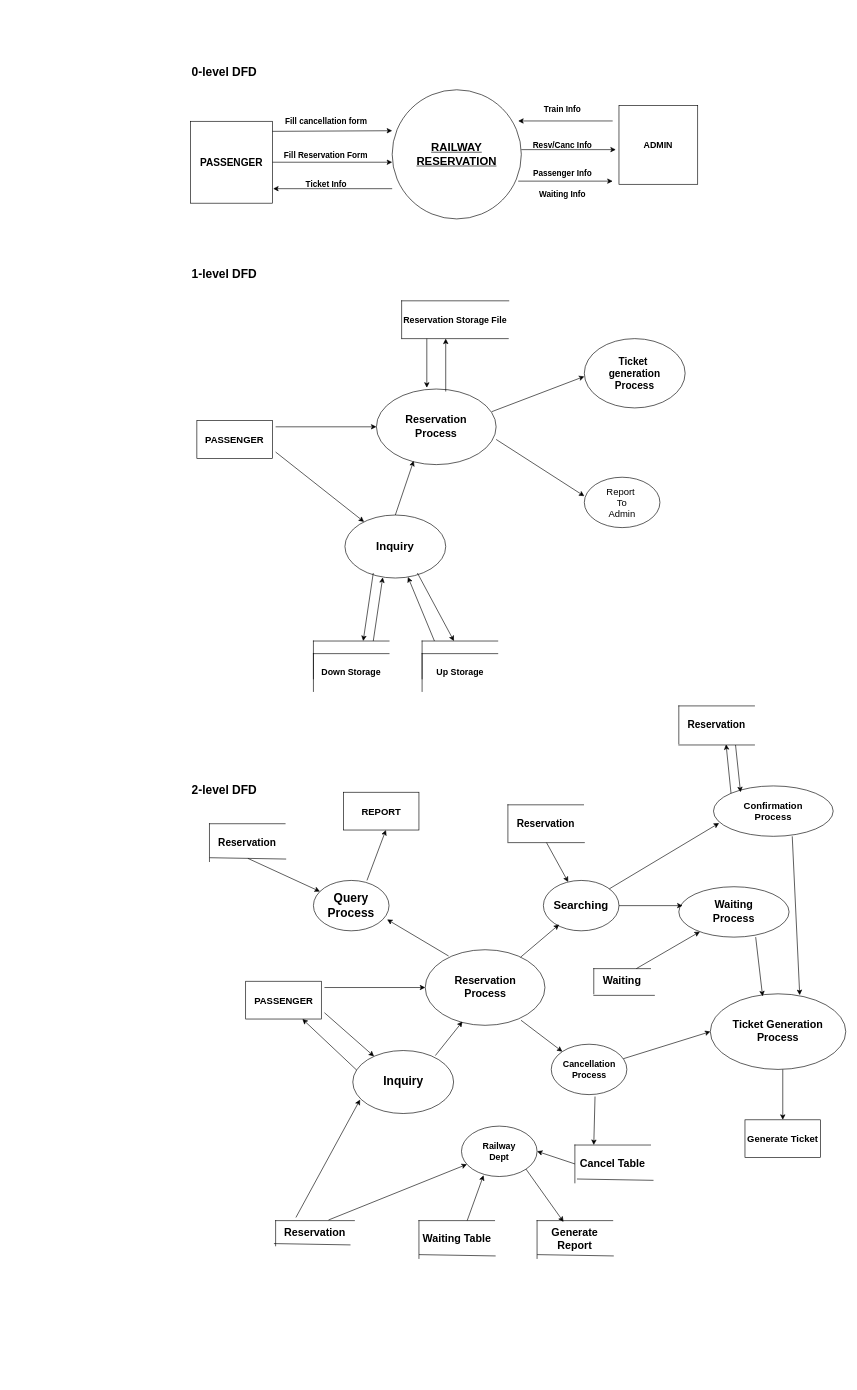
Earlier version of the draw.io diagram RRS.drawio (SheikhSahil-SDE/R_Reserv_Sys). Source tidied: cells renumbered, new cells numbered last; positions are measured from the earlier drawing's top-left corner, leaving out a move shared by most shapes. Both pictures are drawn from the tidied source at 63%, with x=0, y=0 at pixel (190, 61).
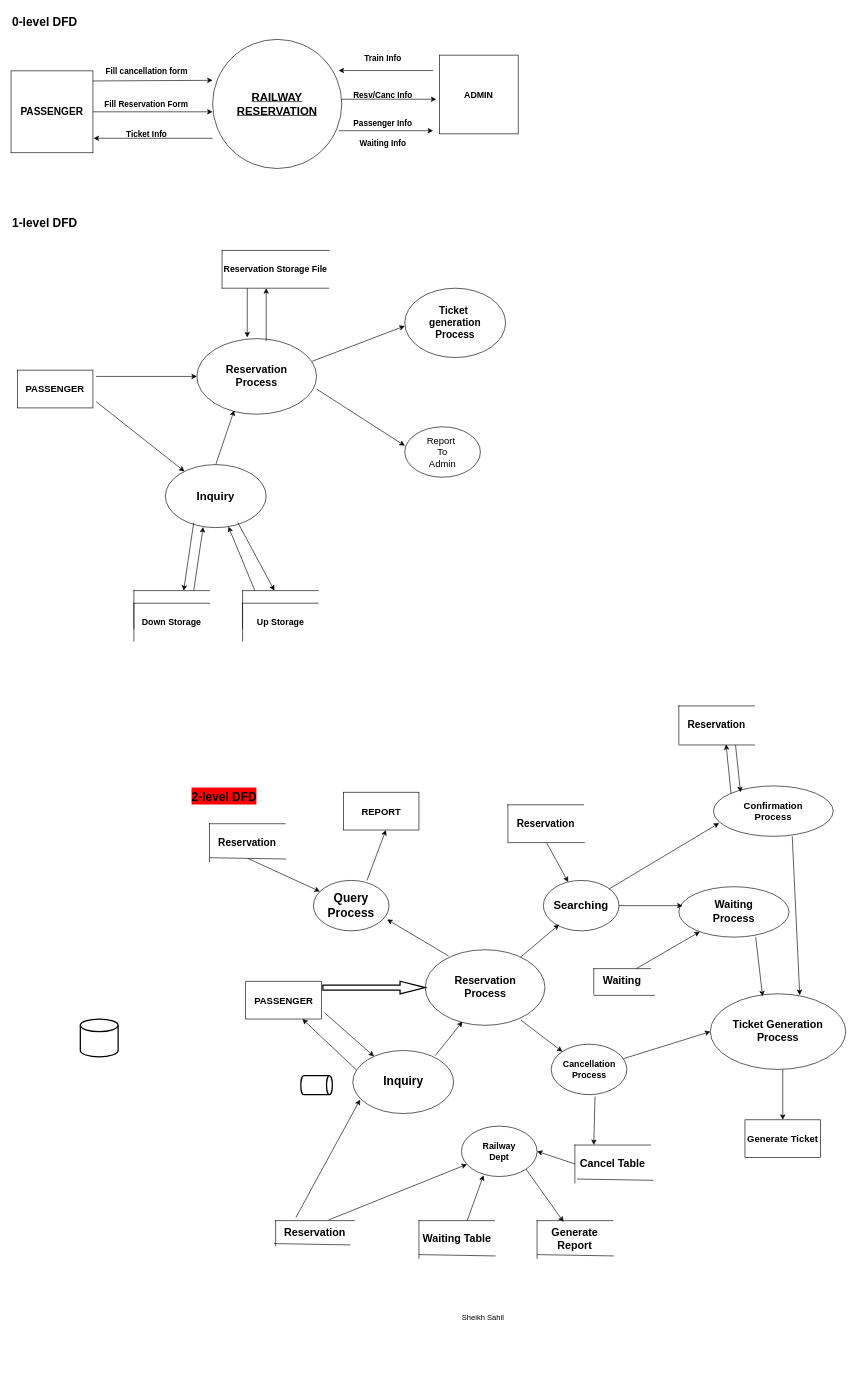
Above is the later version.

Unchanged cells that the change refers to:
```xml
<mxCell id="44" value="&lt;b&gt;&lt;font style=&quot;font-size: 17px;&quot;&gt;Reservation&lt;/font&gt;&lt;/b&gt;&lt;div&gt;&lt;b&gt;&lt;font style=&quot;font-size: 17px;&quot;&gt;Process&lt;/font&gt;&lt;/b&gt;&lt;/div&gt;" style="ellipse;whiteSpace=wrap;html=1;" parent="1" vertex="1">
  <mxGeometry x="372.5" y="1410" width="190" height="120" as="geometry" />
</mxCell>
```

What changed in the source:
```diff
@@
     <mxCell id="2" value="&lt;font style=&quot;font-size: 18px;&quot;&gt;&lt;b&gt;&lt;u&gt;RAILWAY&lt;/u&gt;&lt;/b&gt;&lt;/font&gt;&lt;div&gt;&lt;font style=&quot;font-size: 18px;&quot;&gt;&lt;b&gt;&lt;u&gt;RESERVATION&lt;/u&gt;&lt;/b&gt;&lt;/font&gt;&lt;/div&gt;" style="ellipse;whiteSpace=wrap;html=1;" parent="1" vertex="1">
-      <mxGeometry x="320" y="45" width="205" height="205" as="geometry" />
+      <mxGeometry x="35" y="-35" width="205" height="205" as="geometry" />
     </mxCell>
     <mxCell id="3" value="&lt;b&gt;&lt;font style=&quot;font-size: 16px;&quot;&gt;PASSENGER&lt;/font&gt;&lt;/b&gt;" style="whiteSpace=wrap;html=1;" parent="1" vertex="1">
-      <mxGeometry y="95" width="130" height="130" as="geometry" />
+      <mxGeometry x="-285" y="15" width="130" height="130" as="geometry" />
     </mxCell>
     <mxCell id="4" value="&lt;b&gt;&lt;font style=&quot;font-size: 14px;&quot;&gt;ADMIN&lt;/font&gt;&lt;/b&gt;" style="whiteSpace=wrap;html=1;" parent="1" vertex="1">
-      <mxGeometry x="680" y="70" width="125" height="125" as="geometry" />
+      <mxGeometry x="395" y="-10" width="125" height="125" as="geometry" />
     </mxCell>
     <mxCell id="5" style="endArrow=classic;html=1;rounded=0;" parent="1" edge="1">
       <mxGeometry relative="1" as="geometry">
-        <mxPoint x="520" y="190" as="sourcePoint" />
-        <mxPoint x="670" y="190" as="targetPoint" />
+        <mxPoint x="235" y="110" as="sourcePoint" />
+        <mxPoint x="385" y="110" as="targetPoint" />
       </mxGeometry>
     </mxCell>
     <mxCell id="6" style="endArrow=classic;html=1;rounded=0;entryX=1.008;entryY=0.823;entryDx=0;entryDy=0;entryPerimeter=0;" parent="1" edge="1" target="3">
       <mxGeometry relative="1" as="geometry">
-        <mxPoint x="320" y="202" as="sourcePoint" />
+        <mxPoint x="35" y="122" as="sourcePoint" />
       </mxGeometry>
     </mxCell>
     <mxCell id="7" style="endArrow=classic;html=1;rounded=0;exitX=1;exitY=0.123;exitDx=0;exitDy=0;exitPerimeter=0;" parent="1" edge="1" source="3">
       <mxGeometry relative="1" as="geometry">
-        <mxPoint x="320" y="110" as="targetPoint" />
+        <mxPoint x="35" y="30" as="targetPoint" />
       </mxGeometry>
     </mxCell>
     <mxCell id="8" style="endArrow=classic;html=1;rounded=0;exitX=1;exitY=0.5;exitDx=0;exitDy=0;" parent="1" edge="1" source="3">
       <mxGeometry relative="1" as="geometry">
-        <mxPoint x="320" y="160" as="targetPoint" />
+        <mxPoint x="35" y="80" as="targetPoint" />
       </mxGeometry>
     </mxCell>
     <mxCell id="9" style="endArrow=classic;html=1;rounded=0;entryX=0;entryY=0.5;entryDx=0;entryDy=0;entryPerimeter=0;" parent="1" edge="1">
       <mxGeometry relative="1" as="geometry">
-        <mxPoint x="525" y="140" as="sourcePoint" />
-        <mxPoint x="675" y="140" as="targetPoint" />
+        <mxPoint x="240" y="60" as="sourcePoint" />
+        <mxPoint x="390" y="60" as="targetPoint" />
       </mxGeometry>
     </mxCell>
     <mxCell id="10" style="endArrow=classic;html=1;rounded=0;" parent="1" edge="1">
       <mxGeometry relative="1" as="geometry">
-        <mxPoint x="670" y="94.5" as="sourcePoint" />
-        <mxPoint x="520" y="94.5" as="targetPoint" />
+        <mxPoint x="385" y="14.5" as="sourcePoint" />
+        <mxPoint x="235" y="14.5" as="targetPoint" />
       </mxGeometry>
     </mxCell>
     <mxCell id="11" value="Fill cancellation form" style="text;html=1;align=center;verticalAlign=middle;strokeColor=none;fillColor=none;fontStyle=1;fontSize=13;" parent="1" vertex="1">
-      <mxGeometry x="145" y="80" width="140" height="30" as="geometry" />
+      <mxGeometry x="-140" width="140" height="30" as="geometry" />
     </mxCell>
     <mxCell id="12" value="Fill Reservation Form" style="text;strokeColor=none;align=center;fillColor=none;html=1;verticalAlign=middle;whiteSpace=wrap;rounded=0;fontStyle=1;fontSize=13;" parent="1" vertex="1">
-      <mxGeometry x="135" y="132.5" width="160" height="30" as="geometry" />
+      <mxGeometry x="-150" y="52.5" width="160" height="30" as="geometry" />
     </mxCell>
     <mxCell id="13" value="&lt;b&gt;&lt;font style=&quot;font-size: 13px;&quot;&gt;Ticket Info&lt;/font&gt;&lt;/b&gt;" style="text;html=1;align=center;verticalAlign=middle;strokeColor=none;fillColor=none;" parent="1" vertex="1">
-      <mxGeometry x="170" y="180" width="90" height="30" as="geometry" />
+      <mxGeometry x="-115" y="100" width="90" height="30" as="geometry" />
     </mxCell>
     <mxCell id="14" value="&lt;b&gt;&lt;font style=&quot;font-size: 13px;&quot;&gt;Passenger Info&lt;/font&gt;&lt;/b&gt;" style="text;html=1;align=center;verticalAlign=middle;strokeColor=none;fillColor=none;" parent="1" vertex="1">
-      <mxGeometry x="530" y="162.5" width="120" height="30" as="geometry" />
+      <mxGeometry x="245" y="82.5" width="120" height="30" as="geometry" />
     </mxCell>
     <mxCell id="15" value="&lt;b&gt;&lt;font style=&quot;font-size: 13px;&quot;&gt;Waiting Info&lt;/font&gt;&lt;/b&gt;" style="text;html=1;align=center;verticalAlign=middle;strokeColor=none;fillColor=none;" parent="1" vertex="1">
-      <mxGeometry x="540" y="195" width="100" height="30" as="geometry" />
+      <mxGeometry x="255" y="115" width="100" height="30" as="geometry" />
     </mxCell>
     <mxCell id="16" value="&lt;b&gt;&lt;font style=&quot;font-size: 13px;&quot;&gt;Train Info&lt;/font&gt;&lt;/b&gt;" style="text;html=1;align=center;verticalAlign=middle;strokeColor=none;fillColor=none;" parent="1" vertex="1">
-      <mxGeometry x="550" y="60" width="80" height="30" as="geometry" />
+      <mxGeometry x="265" y="-20" width="80" height="30" as="geometry" />
     </mxCell>
     <mxCell id="17" value="&lt;b&gt;&lt;font style=&quot;font-size: 13px;&quot;&gt;Resv/Canc Info&lt;/font&gt;&lt;/b&gt;" style="text;html=1;align=center;verticalAlign=middle;strokeColor=none;fillColor=none;" parent="1" vertex="1">
-      <mxGeometry x="530" y="117.5" width="120" height="30" as="geometry" />
+      <mxGeometry x="245" y="37.5" width="120" height="30" as="geometry" />
     </mxCell>
     <mxCell id="18" value="&lt;b style=&quot;font-weight:normal;&quot; id=&quot;docs-internal-guid-3742b57b-7fff-bbce-e958-126c3ce38a10&quot;&gt;&lt;span style=&quot;font-family: Poppins, sans-serif; color: rgb(0, 0, 0); background-color: transparent; font-weight: 700; font-style: normal; font-variant: normal; text-decoration: none; vertical-align: baseline; white-space: pre-wrap;&quot;&gt;&lt;font style=&quot;font-size: 19px;&quot;&gt;0-level DFD&lt;/font&gt;&lt;/span&gt;&lt;/b&gt;" style="text;whiteSpace=wrap;html=1;" parent="1" vertex="1">
-      <mxGeometry width="110" height="40" as="geometry" />
+      <mxGeometry x="-285" y="-80" width="110" height="40" as="geometry" />
     </mxCell>
     <mxCell id="19" value="&lt;b style=&quot;font-weight:normal;&quot; id=&quot;docs-internal-guid-3742b57b-7fff-bbce-e958-126c3ce38a10&quot;&gt;&lt;span style=&quot;font-family: Poppins, sans-serif; color: rgb(0, 0, 0); background-color: transparent; font-weight: 700; font-style: normal; font-variant: normal; text-decoration: none; vertical-align: baseline; white-space: pre-wrap;&quot;&gt;&lt;font style=&quot;font-size: 19px;&quot;&gt;1&lt;/font&gt;&lt;/span&gt;&lt;/b&gt;&lt;span style=&quot;background-color: transparent; color: light-dark(rgb(0, 0, 0), rgb(255, 255, 255));&quot;&gt;&lt;span style=&quot;font-family: Poppins, sans-serif; color: rgb(0, 0, 0); background-color: transparent; font-weight: 700; font-variant-numeric: normal; font-variant-east-asian: normal; font-variant-alternates: normal; font-variant-position: normal; font-variant-emoji: normal; vertical-align: baseline; white-space-collapse: preserve;&quot;&gt;&lt;font style=&quot;font-size: 19px;&quot;&gt;-level DFD&lt;/font&gt;&lt;/span&gt;&lt;/span&gt;" style="text;whiteSpace=wrap;html=1;" parent="1" vertex="1">
-      <mxGeometry y="320" width="110" height="40" as="geometry" />
+      <mxGeometry x="-285" y="240" width="110" height="40" as="geometry" />
     </mxCell>
     <mxCell id="20" value="&lt;b&gt;&lt;font style=&quot;font-size: 17px;&quot;&gt;Reservation&lt;/font&gt;&lt;/b&gt;&lt;div&gt;&lt;b&gt;&lt;font style=&quot;font-size: 17px;&quot;&gt;Process&lt;/font&gt;&lt;/b&gt;&lt;/div&gt;" style="ellipse;whiteSpace=wrap;html=1;" parent="1" vertex="1">
-      <mxGeometry x="295" y="520" width="190" height="120" as="geometry" />
+      <mxGeometry x="10" y="440" width="190" height="120" as="geometry" />
     </mxCell>
     <mxCell id="21" value="&lt;b&gt;&lt;font style=&quot;font-size: 18px;&quot;&gt;Inquiry&lt;/font&gt;&lt;/b&gt;" style="ellipse;whiteSpace=wrap;html=1;" parent="1" vertex="1">
-      <mxGeometry x="245" y="720" width="160" height="100" as="geometry" />
+      <mxGeometry x="-40" y="640" width="160" height="100" as="geometry" />
     </mxCell>
     <mxCell id="22" value="&lt;b&gt;&lt;font style=&quot;font-size: 15px;&quot;&gt;PASSENGER&lt;/font&gt;&lt;/b&gt;" style="rounded=0;whiteSpace=wrap;html=1;" parent="1" vertex="1">
-      <mxGeometry x="10" y="570" width="120" height="60" as="geometry" />
+      <mxGeometry x="-275" y="490" width="120" height="60" as="geometry" />
     </mxCell>
     <mxCell id="23" value="&lt;font style=&quot;font-size: 15px;&quot;&gt;Report&amp;nbsp;&lt;/font&gt;&lt;div&gt;&lt;font style=&quot;font-size: 15px;&quot;&gt;To&lt;/font&gt;&lt;/div&gt;&lt;div&gt;&lt;font style=&quot;font-size: 15px;&quot;&gt;Admin&lt;/font&gt;&lt;/div&gt;" style="ellipse;whiteSpace=wrap;html=1;" parent="1" vertex="1">
-      <mxGeometry x="625" y="660" width="120" height="80" as="geometry" />
+      <mxGeometry x="340" y="580" width="120" height="80" as="geometry" />
     </mxCell>
     <mxCell id="24" value="&lt;b&gt;&lt;font style=&quot;font-size: 16px;&quot;&gt;Ticket&amp;nbsp;&lt;/font&gt;&lt;/b&gt;&lt;div&gt;&lt;b&gt;&lt;font style=&quot;font-size: 16px;&quot;&gt;generation&lt;/font&gt;&lt;/b&gt;&lt;/div&gt;&lt;div&gt;&lt;b&gt;&lt;font style=&quot;font-size: 16px;&quot;&gt;Process&lt;/font&gt;&lt;/b&gt;&lt;/div&gt;" style="ellipse;whiteSpace=wrap;html=1;" parent="1" vertex="1">
-      <mxGeometry x="625" y="440" width="160" height="110" as="geometry" />
+      <mxGeometry x="340" y="360" width="160" height="110" as="geometry" />
     </mxCell>
     <mxCell id="25" style="endArrow=classic;html=1;rounded=0;entryX=0;entryY=0.5;entryDx=0;entryDy=0;" parent="1" edge="1" target="20">
       <mxGeometry relative="1" as="geometry">
-        <mxPoint x="135" y="580" as="sourcePoint" />
+        <mxPoint x="-150" y="500" as="sourcePoint" />
       </mxGeometry>
     </mxCell>
     <mxCell id="26" style="endArrow=classic;html=1;rounded=0;" parent="1" edge="1" target="21">
       <mxGeometry relative="1" as="geometry">
-        <mxPoint x="135" y="620" as="sourcePoint" />
+        <mxPoint x="-150" y="540" as="sourcePoint" />
       </mxGeometry>
     </mxCell>
     <mxCell id="27" style="endArrow=classic;html=1;rounded=0;exitX=0.963;exitY=0.3;exitDx=0;exitDy=0;exitPerimeter=0;" parent="1" edge="1" source="20">
       <mxGeometry relative="1" as="geometry">
-        <mxPoint x="625" y="500" as="targetPoint" />
+        <mxPoint x="340" y="420" as="targetPoint" />
       </mxGeometry>
     </mxCell>
     <mxCell id="28" style="endArrow=classic;html=1;rounded=0;exitX=0.947;exitY=0.667;exitDx=0;exitDy=0;exitPerimeter=0;" parent="1" edge="1">
       <mxGeometry relative="1" as="geometry">
-        <mxPoint x="485" y="600" as="sourcePoint" />
-        <mxPoint x="625" y="690" as="targetPoint" />
+        <mxPoint x="200" y="520" as="sourcePoint" />
+        <mxPoint x="340" y="610" as="targetPoint" />
       </mxGeometry>
     </mxCell>
     <mxCell id="29" style="endArrow=classic;html=1;rounded=0;entryX=0.421;entryY=-0.017;entryDx=0;entryDy=0;entryPerimeter=0;" parent="1" edge="1" target="20">
       <mxGeometry relative="1" as="geometry">
-        <mxPoint x="375" y="440" as="sourcePoint" />
+        <mxPoint x="90" y="360" as="sourcePoint" />
       </mxGeometry>
     </mxCell>
     <mxCell id="30" style="endArrow=classic;html=1;rounded=0;exitX=0.579;exitY=0.033;exitDx=0;exitDy=0;exitPerimeter=0;" parent="1" edge="1" source="20">
       <mxGeometry relative="1" as="geometry">
-        <mxPoint x="405" y="440" as="targetPoint" />
+        <mxPoint x="120" y="360" as="targetPoint" />
       </mxGeometry>
     </mxCell>
     <mxCell id="31" style="endArrow=classic;html=1;rounded=0;entryX=0.311;entryY=0.95;entryDx=0;entryDy=0;entryPerimeter=0;" parent="1" edge="1" target="20">
       <mxGeometry relative="1" as="geometry">
-        <mxPoint x="325" y="720" as="sourcePoint" />
+        <mxPoint x="40" y="640" as="sourcePoint" />
       </mxGeometry>
     </mxCell>
     <mxCell id="32" style="endArrow=classic;html=1;rounded=0;entryX=0.375;entryY=0.99;entryDx=0;entryDy=0;entryPerimeter=0;" parent="1" edge="1" target="21">
       <mxGeometry relative="1" as="geometry">
-        <mxPoint x="290" y="920" as="sourcePoint" />
+        <mxPoint x="5" y="840" as="sourcePoint" />
       </mxGeometry>
     </mxCell>
@@
     <mxCell id="34" style="endArrow=classic;html=1;rounded=0;exitX=0.225;exitY=0.92;exitDx=0;exitDy=0;exitPerimeter=0;" parent="1" edge="1">
       <mxGeometry relative="1" as="geometry">
-        <mxPoint x="290" y="812" as="sourcePoint" />
-        <mxPoint x="274" y="920" as="targetPoint" />
+        <mxPoint x="5" y="732" as="sourcePoint" />
+        <mxPoint x="-11" y="840" as="targetPoint" />
       </mxGeometry>
     </mxCell>
@@
     <mxCell id="36" style="shape=partialRectangle;whiteSpace=wrap;html=1;bottom=0;right=0;fillColor=none;" parent="1" vertex="1">
-      <mxGeometry x="195" y="920" width="120" height="60" as="geometry" />
+      <mxGeometry x="-90" y="840" width="120" height="60" as="geometry" />
     </mxCell>
     <mxCell id="37" value="&lt;b&gt;&lt;font style=&quot;font-size: 14px;&quot;&gt;Down Storage&lt;/font&gt;&lt;/b&gt;" style="shape=partialRectangle;whiteSpace=wrap;html=1;bottom=0;right=0;fillColor=none;" parent="1" vertex="1">
-      <mxGeometry x="195" y="940" width="120" height="60" as="geometry" />
+      <mxGeometry x="-90" y="860" width="120" height="60" as="geometry" />
     </mxCell>
     <mxCell id="38" style="shape=partialRectangle;whiteSpace=wrap;html=1;bottom=0;right=0;fillColor=none;" parent="1" vertex="1">
-      <mxGeometry x="367.5" y="920" width="120" height="60" as="geometry" />
+      <mxGeometry x="82.5" y="840" width="120" height="60" as="geometry" />
     </mxCell>
     <mxCell id="39" value="&lt;b&gt;&lt;font style=&quot;font-size: 14px;&quot;&gt;Up Storage&lt;/font&gt;&lt;/b&gt;" style="shape=partialRectangle;whiteSpace=wrap;html=1;bottom=0;right=0;fillColor=none;" parent="1" vertex="1">
-      <mxGeometry x="367.5" y="940" width="120" height="60" as="geometry" />
+      <mxGeometry x="82.5" y="860" width="120" height="60" as="geometry" />
     </mxCell>
     <mxCell id="40" value="&lt;b&gt;&lt;font style=&quot;font-size: 14px;&quot;&gt;Reservation Storage File&lt;/font&gt;&lt;/b&gt;" style="shape=partialRectangle;whiteSpace=wrap;html=1;bottom=0;right=0;fillColor=none;" parent="1" vertex="1">
-      <mxGeometry x="335" y="380" width="170" height="60" as="geometry" />
+      <mxGeometry x="50" y="300" width="170" height="60" as="geometry" />
     </mxCell>
     <mxCell id="41" style="endArrow=none;html=1;rounded=0;entryX=1;entryY=1;entryDx=0;entryDy=0;" parent="1" edge="1" target="40">
       <mxGeometry relative="1" as="geometry">
-        <mxPoint x="335" y="440" as="sourcePoint" />
+        <mxPoint x="50" y="360" as="sourcePoint" />
       </mxGeometry>
     </mxCell>
@@
-    <mxCell id="43" value="&lt;span style=&quot;background-color: transparent; color: light-dark(rgb(0, 0, 0), rgb(255, 255, 255));&quot;&gt;&lt;span style=&quot;font-family: Poppins, sans-serif; color: rgb(0, 0, 0); background-color: transparent; font-weight: 700; font-variant-numeric: normal; font-variant-east-asian: normal; font-variant-alternates: normal; font-variant-position: normal; font-variant-emoji: normal; vertical-align: baseline; white-space-collapse: preserve;&quot;&gt;&lt;font style=&quot;font-size: 19px;&quot;&gt;2-level DFD&lt;/font&gt;&lt;/span&gt;&lt;/span&gt;" style="text;whiteSpace=wrap;html=1;" parent="1" vertex="1">
-      <mxGeometry y="1140" width="110" height="40" as="geometry" />
+    <mxCell id="43" value="&lt;h1&gt;&lt;span style=&quot;color: light-dark(rgb(0, 0, 0), rgb(255, 255, 255));&quot;&gt;&lt;span style=&quot;font-family: Poppins, sans-serif; color: rgb(0, 0, 0); font-weight: 700; font-variant-numeric: normal; font-variant-east-asian: normal; font-variant-alternates: normal; font-variant-position: normal; font-variant-emoji: normal; vertical-align: baseline; white-space-collapse: preserve; background-color: light-dark(rgb(255, 0, 0), rgb(237, 237, 237));&quot;&gt;&lt;font style=&quot;font-size: 19px;&quot;&gt;2-level DFD&lt;/font&gt;&lt;/span&gt;&lt;/span&gt;&lt;/h1&gt;" style="text;whiteSpace=wrap;html=1;" parent="1" vertex="1">
+      <mxGeometry y="1130" width="110" height="40" as="geometry" />
     </mxCell>
@@
-    <mxCell id="47" style="endArrow=classic;html=1;rounded=0;entryX=0;entryY=0.5;entryDx=0;entryDy=0;" parent="1" edge="1" target="44">
-      <mxGeometry relative="1" as="geometry">
-        <mxPoint x="212.5" y="1470" as="sourcePoint" />
-      </mxGeometry>
+    <mxCell id="47" style="endArrow=classic;html=1;rounded=0;entryX=0;entryY=0.5;entryDx=0;entryDy=0;" parent="1" edge="1" source="100" target="44">
+      <mxGeometry relative="1" as="geometry" />
     </mxCell>
@@
+    <mxCell id="97" style="strokeWidth=2;html=1;shape=mxgraph.flowchart.database;whiteSpace=wrap;" parent="1" vertex="1">
+      <mxGeometry x="-175" y="1520" width="60" height="60" as="geometry" />
+    </mxCell>
+    <mxCell id="98" style="strokeWidth=2;html=1;shape=mxgraph.flowchart.direct_data;whiteSpace=wrap;" parent="1" vertex="1">
+      <mxGeometry x="175" y="1610" width="50" height="30" as="geometry" />
+    </mxCell>
+    <mxCell id="99" style="endArrow=classic;html=1;rounded=0;entryX=0;entryY=0.5;entryDx=0;entryDy=0;" parent="1" edge="1" target="100">
+      <mxGeometry relative="1" as="geometry">
+        <mxPoint x="212.5" y="1470" as="sourcePoint" />
+      </mxGeometry>
+    </mxCell>
+    <mxCell id="100" style="verticalLabelPosition=bottom;verticalAlign=top;html=1;strokeWidth=2;shape=mxgraph.arrows2.arrow;dy=0.6;dx=40;notch=0;" parent="1" vertex="1">
+      <mxGeometry x="210" y="1460" width="162.5" height="20" as="geometry" />
+    </mxCell>
+    <mxCell id="101" value="Sheikh Sahil&amp;nbsp;" style="text;strokeColor=none;fillColor=none;spacingLeft=4;spacingRight=4;overflow=hidden;fontSize=12;whiteSpace=wrap;html=1;" parent="1" vertex="1">
+      <mxGeometry x="425" y="1980" width="300" height="110" as="geometry" />
+    </mxCell>
```
